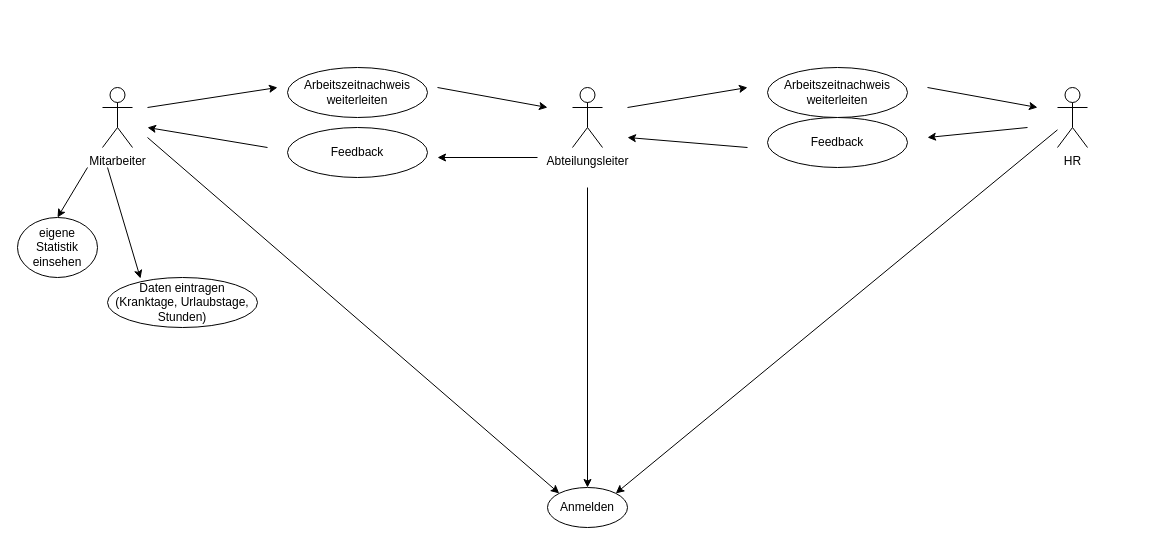
Before: uml_diagram.drawio in rebaman/swt_project, a draw.io diagram. Source tidied: cells renumbered, new cells numbered last; positions are measured from the earlier drawing's top-left corner, leaving out a move shared by most shapes. Both pictures are drawn from the tidied source at 100%, with x=0, y=0 at pixel (17, 67).
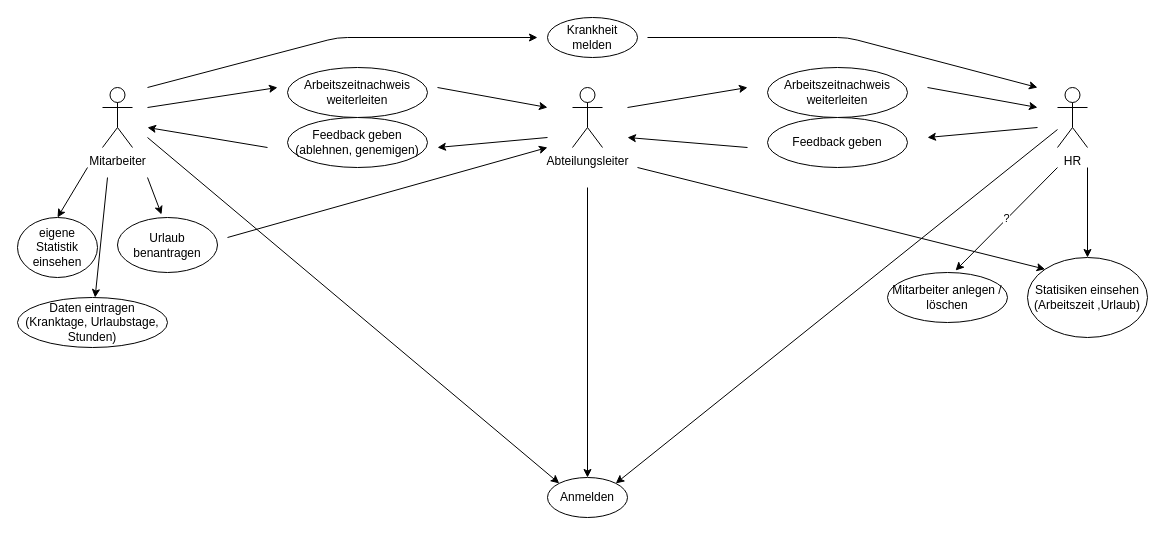
The same diagram, later.

Change to the diagram source:
```diff
@@
     <mxCell id="6" value="Anmelden" style="ellipse;whiteSpace=wrap;html=1;" parent="1" vertex="1">
-      <mxGeometry x="530" y="420" width="80" height="40" as="geometry" />
+      <mxGeometry x="530" y="410" width="80" height="40" as="geometry" />
     </mxCell>
@@
     <mxCell id="10" value="Daten eintragen&lt;br&gt;(Kranktage, Urlaubstage, Stunden)" style="ellipse;whiteSpace=wrap;html=1;" parent="1" vertex="1">
-      <mxGeometry x="90" y="210" width="150" height="50" as="geometry" />
+      <mxGeometry y="230" width="150" height="50" as="geometry" />
     </mxCell>
@@
-    <mxCell id="12" style="endArrow=classic;html=1;entryX=0.22;entryY=0.02;entryDx=0;entryDy=0;entryPerimeter=0;" parent="1" edge="1" target="10">
-      <mxGeometry relative="1" as="geometry">
-        <mxPoint x="90" y="100" as="sourcePoint" />
-      </mxGeometry>
-    </mxCell>
@@
-    <mxCell id="15" value="Feedback" style="ellipse;whiteSpace=wrap;html=1;" parent="1" vertex="1">
-      <mxGeometry x="270" y="60" width="140" height="50" as="geometry" />
+    <mxCell id="15" value="Feedback geben (ablehnen, genemigen)" style="ellipse;whiteSpace=wrap;html=1;" parent="1" vertex="1">
+      <mxGeometry x="270" y="50" width="140" height="50" as="geometry" />
     </mxCell>
-    <mxCell id="16" value="Feedback" style="ellipse;whiteSpace=wrap;html=1;" parent="1" vertex="1">
+    <mxCell id="16" value="Feedback geben" style="ellipse;whiteSpace=wrap;html=1;" parent="1" vertex="1">
       <mxGeometry x="750" y="50" width="140" height="50" as="geometry" />
     </mxCell>
@@
     <mxCell id="21" style="endArrow=classic;html=1;" parent="1" edge="1">
       <mxGeometry relative="1" as="geometry">
-        <mxPoint x="1010" y="60" as="sourcePoint" />
+        <mxPoint x="1020" y="60" as="sourcePoint" />
         <mxPoint x="910" y="70" as="targetPoint" />
       </mxGeometry>
     </mxCell>
@@
     <mxCell id="23" style="endArrow=classic;html=1;" parent="1" edge="1">
       <mxGeometry relative="1" as="geometry">
-        <mxPoint x="520" y="90" as="sourcePoint" />
-        <mxPoint x="420" y="90" as="targetPoint" />
+        <mxPoint x="530" y="70" as="sourcePoint" />
+        <mxPoint x="420" y="80" as="targetPoint" />
       </mxGeometry>
     </mxCell>
@@
+    <mxCell id="25" style="endArrow=classic;html=1;" parent="1" edge="1" target="10">
+      <mxGeometry relative="1" as="geometry">
+        <mxPoint x="90" y="110" as="sourcePoint" />
+      </mxGeometry>
+    </mxCell>
+    <mxCell id="26" value="Statisiken einsehen&lt;br&gt;(Arbeitszeit ,Urlaub)" style="ellipse;whiteSpace=wrap;html=1;" parent="1" vertex="1">
+      <mxGeometry x="1010" y="190" width="120" height="80" as="geometry" />
+    </mxCell>
+    <mxCell id="27" style="endArrow=classic;html=1;" parent="1" edge="1" target="26">
+      <mxGeometry relative="1" as="geometry">
+        <mxPoint x="1070" y="100" as="sourcePoint" />
+      </mxGeometry>
+    </mxCell>
+    <mxCell id="28" value="Mitarbeiter anlegen / löschen" style="ellipse;whiteSpace=wrap;html=1;" parent="1" vertex="1">
+      <mxGeometry x="870" y="205" width="120" height="50" as="geometry" />
+    </mxCell>
+    <mxCell id="29" value="?" style="endArrow=classic;html=1;entryX=0.567;entryY=-0.04;entryDx=0;entryDy=0;entryPerimeter=0;" parent="1" edge="1" target="28">
+      <mxGeometry relative="1" as="geometry">
+        <mxPoint x="1040" y="100" as="sourcePoint" />
+      </mxGeometry>
+    </mxCell>
+    <mxCell id="30" value="Krankheit melden&lt;br&gt;" style="ellipse;whiteSpace=wrap;html=1;" parent="1" vertex="1">
+      <mxGeometry x="530" y="-50" width="90" height="40" as="geometry" />
+    </mxCell>
+    <mxCell id="31" style="endArrow=classic;html=1;" parent="1" edge="1">
+      <mxGeometry relative="1" as="geometry">
+        <mxPoint x="130" y="20" as="sourcePoint" />
+        <mxPoint x="520" y="-30" as="targetPoint" />
+        <Array as="points">
+          <mxPoint x="320" y="-30" />
+        </Array>
+      </mxGeometry>
+    </mxCell>
+    <mxCell id="32" style="endArrow=classic;html=1;" parent="1" edge="1">
+      <mxGeometry relative="1" as="geometry">
+        <mxPoint x="630" y="-30" as="sourcePoint" />
+        <mxPoint x="1020" y="20" as="targetPoint" />
+        <Array as="points">
+          <mxPoint x="830" y="-30" />
+        </Array>
+      </mxGeometry>
+    </mxCell>
+    <mxCell id="33" style="endArrow=classic;html=1;" parent="1" edge="1">
+      <mxGeometry relative="1" as="geometry">
+        <mxPoint x="210" y="170" as="sourcePoint" />
+        <mxPoint x="530" y="80" as="targetPoint" />
+      </mxGeometry>
+    </mxCell>
+    <mxCell id="34" value="Urlaub benantragen" style="ellipse;whiteSpace=wrap;html=1;" parent="1" vertex="1">
+      <mxGeometry x="100" y="150" width="100" height="55" as="geometry" />
+    </mxCell>
+    <mxCell id="35" style="endArrow=classic;html=1;entryX=0.44;entryY=-0.055;entryDx=0;entryDy=0;entryPerimeter=0;" parent="1" edge="1" target="34">
+      <mxGeometry relative="1" as="geometry">
+        <mxPoint x="130" y="110" as="sourcePoint" />
+      </mxGeometry>
+    </mxCell>
+    <mxCell id="36" style="endArrow=classic;html=1;entryX=0;entryY=0;entryDx=0;entryDy=0;" parent="1" edge="1" target="26">
+      <mxGeometry relative="1" as="geometry">
+        <mxPoint x="620" y="100" as="sourcePoint" />
+      </mxGeometry>
+    </mxCell>
```
